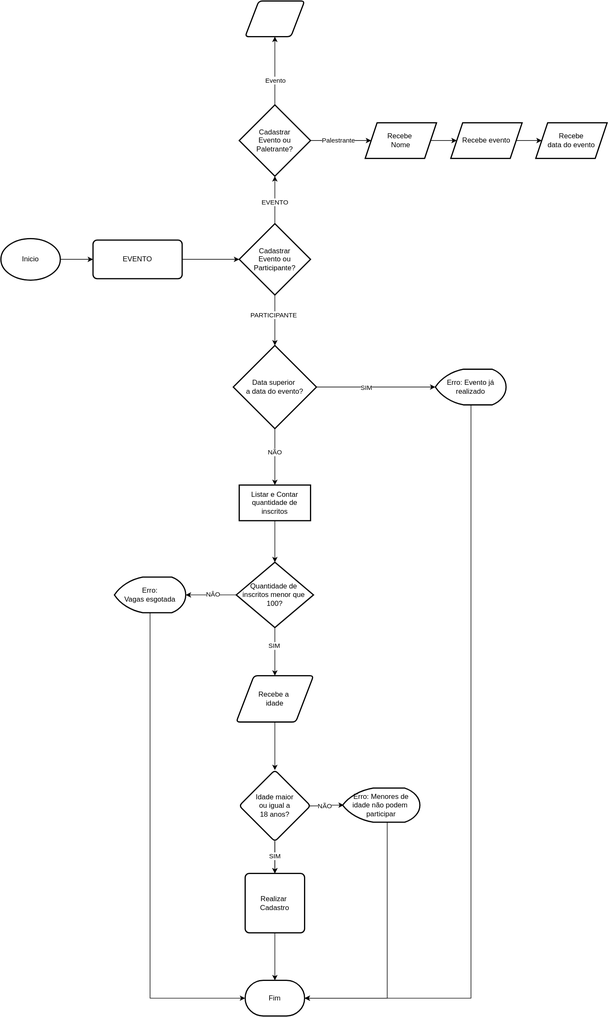
The draw.io diagram ATIVIDADE-ENCONTRO/Cadastro de Eventos.drawio.svg in orionwork/RESOLUCAO-PROBLEMA, before a commit. Source tidied: cells renumbered, new cells last; positions are measured from the earlier drawing's top-left corner, leaving out a move shared by most shapes.
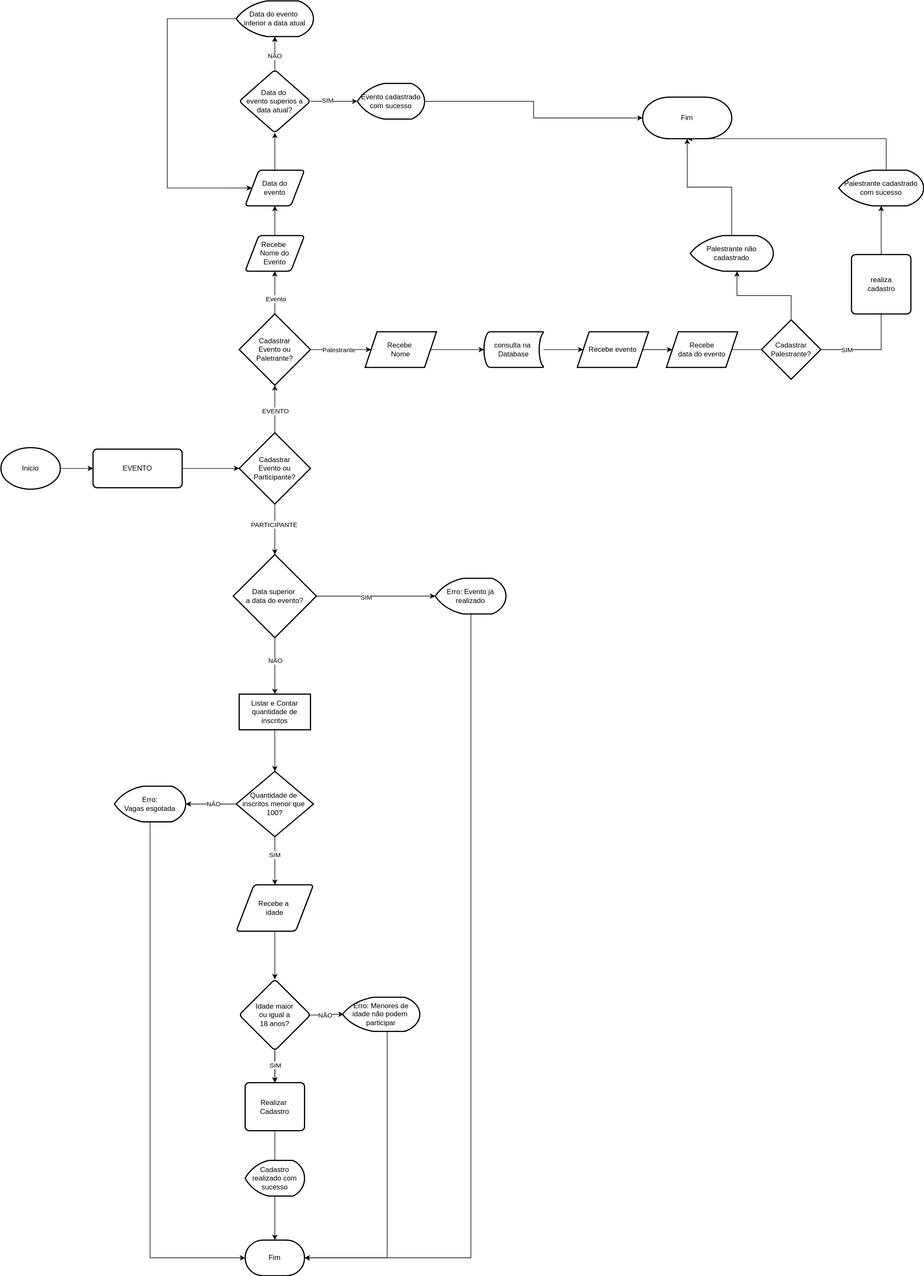
After the commit.

Change to the diagram source:
```diff
@@ -39,7 +39,7 @@
       <mxGeometry relative="1" as="geometry">
         <mxPoint x="791" y="680" as="sourcePoint" />
         <Array as="points">
-          <mxPoint x="791" y="1679" />
+          <mxPoint x="791" y="1764" />
         </Array>
       </mxGeometry>
     </mxCell>
@@ -67,7 +67,7 @@
     <mxCell id="19" style="edgeStyle=orthogonalEdgeStyle;rounded=0;jettySize=auto;html=1;entryX=1;entryY=0.5;entryDx=0;entryDy=0;entryPerimeter=0;" parent="1" edge="1" source="43" target="28">
       <mxGeometry relative="1" as="geometry">
         <Array as="points">
-          <mxPoint x="650" y="1679" />
+          <mxPoint x="650" y="1764" />
         </Array>
       </mxGeometry>
     </mxCell>
@@ -99,18 +99,18 @@
         <mxPoint x="261" y="1030" as="sourcePoint" />
         <Array as="points">
           <mxPoint x="251" y="1030" />
-          <mxPoint x="251" y="1679" />
+          <mxPoint x="251" y="1764" />
         </Array>
       </mxGeometry>
     </mxCell>
     <mxCell id="28" value="Fim" style="strokeWidth=2;html=1;shape=mxgraph.flowchart.terminator;whiteSpace=wrap;" parent="1" vertex="1">
-      <mxGeometry x="411" y="1649" width="100" height="60" as="geometry" />
+      <mxGeometry x="411" y="1734" width="100" height="60" as="geometry" />
     </mxCell>
     <mxCell id="29" style="edgeStyle=orthogonalEdgeStyle;rounded=0;jettySize=auto;html=1;" parent="1" edge="1" source="30" target="28">
       <mxGeometry relative="1" as="geometry" />
     </mxCell>
     <mxCell id="30" value="Realizar&amp;nbsp;&lt;br&gt;Cadastro" style="rounded=1;whiteSpace=wrap;html=1;absoluteArcSize=1;arcSize=14;strokeWidth=2;" parent="1" vertex="1">
-      <mxGeometry x="411" y="1469" width="100" height="100" as="geometry" />
+      <mxGeometry x="411" y="1469" width="100" height="81" as="geometry" />
     </mxCell>
     <mxCell id="31" value="&lt;span&gt;Erro: Evento já realizado&lt;/span&gt;" style="strokeWidth=2;html=1;shape=mxgraph.flowchart.display;whiteSpace=wrap;" parent="1" vertex="1">
       <mxGeometry x="731" y="620" width="119" height="60" as="geometry" />
@@ -157,9 +157,16 @@
     <mxCell id="45" value="SIM" style="edgeLabel;html=1;align=center;verticalAlign=middle;" parent="44" vertex="1">
       <mxGeometry x="-0.08" relative="1" as="geometry" />
     </mxCell>
-    <mxCell id="46" style="edgeStyle=orthogonalEdgeStyle;rounded=0;jettySize=auto;html=1;" parent="1" edge="1" source="47" target="49">
-      <mxGeometry relative="1" as="geometry" />
-    </mxCell>
+    <mxCell id="52" style="edgeStyle=orthogonalEdgeStyle;rounded=0;jettySize=auto;html=1;startArrow=none;" parent="1" edge="1" source="67" target="49">
+      <mxGeometry relative="1" as="geometry">
+        <Array as="points">
+          <mxPoint x="980" y="235" />
+        </Array>
+      </mxGeometry>
+    </mxCell>
+    <mxCell id="53" style="edgeStyle=orthogonalEdgeStyle;rounded=0;jettySize=auto;html=1;" parent="1" edge="1" source="47" target="67">
+      <mxGeometry relative="1" as="geometry" />
+    </mxCell>
     <mxCell id="47" value="Recebe&amp;nbsp;&lt;br&gt;Nome" style="shape=parallelogram;perimeter=parallelogramPerimeter;whiteSpace=wrap;html=1;fixedSize=1;strokeWidth=2;" parent="1" vertex="1">
       <mxGeometry x="613" y="205" width="120" height="60" as="geometry" />
     </mxCell>
@@ -167,13 +174,100 @@
       <mxGeometry relative="1" as="geometry" />
     </mxCell>
     <mxCell id="49" value="Recebe evento" style="shape=parallelogram;perimeter=parallelogramPerimeter;whiteSpace=wrap;html=1;fixedSize=1;strokeWidth=2;" parent="1" vertex="1">
-      <mxGeometry x="757" y="205" width="120" height="60" as="geometry" />
+      <mxGeometry x="970" y="205" width="120" height="60" as="geometry" />
     </mxCell>
+    <mxCell id="54" style="edgeStyle=orthogonalEdgeStyle;rounded=0;jettySize=auto;html=1;startArrow=none;" parent="1" edge="1" source="77" target="69">
+      <mxGeometry relative="1" as="geometry" />
+    </mxCell>
     <mxCell id="50" value="Recebe&lt;br&gt;data do evento" style="shape=parallelogram;perimeter=parallelogramPerimeter;whiteSpace=wrap;html=1;fixedSize=1;strokeWidth=2;" parent="1" vertex="1">
-      <mxGeometry x="900" y="205" width="120" height="60" as="geometry" />
+      <mxGeometry x="1120" y="205" width="120" height="60" as="geometry" />
     </mxCell>
+    <mxCell id="55" style="edgeStyle=orthogonalEdgeStyle;rounded=0;jettySize=auto;html=1;" parent="1" edge="1" source="51" target="57">
+      <mxGeometry relative="1" as="geometry" />
+    </mxCell>
-    <mxCell id="51" style="shape=parallelogram;html=1;strokeWidth=2;perimeter=parallelogramPerimeter;whiteSpace=wrap;rounded=1;arcSize=12;size=0.23;" parent="1" vertex="1">
-      <mxGeometry x="411" width="100" height="60" as="geometry" />
+    <mxCell id="51" value="Recebe&amp;nbsp;&lt;br&gt;Nome do &lt;br&gt;Evento" style="shape=parallelogram;html=1;strokeWidth=2;perimeter=parallelogramPerimeter;whiteSpace=wrap;rounded=1;arcSize=12;size=0.23;" parent="1" vertex="1">
+      <mxGeometry x="411" y="43" width="100" height="60" as="geometry" />
     </mxCell>
+    <mxCell id="56" style="edgeStyle=orthogonalEdgeStyle;rounded=0;jettySize=auto;html=1;" parent="1" edge="1" source="57" target="62">
+      <mxGeometry relative="1" as="geometry" />
+    </mxCell>
+    <mxCell id="57" value="Data do &lt;br&gt;evento" style="shape=parallelogram;html=1;strokeWidth=2;perimeter=parallelogramPerimeter;whiteSpace=wrap;rounded=1;arcSize=12;size=0.23;" parent="1" vertex="1">
+      <mxGeometry x="411" y="-67" width="100" height="60" as="geometry" />
+    </mxCell>
+    <mxCell id="58" style="edgeStyle=orthogonalEdgeStyle;rounded=0;jettySize=auto;html=1;" parent="1" edge="1" source="62" target="64">
+      <mxGeometry relative="1" as="geometry" />
+    </mxCell>
+    <mxCell id="59" value="SIM" style="edgeLabel;html=1;align=center;verticalAlign=middle;" parent="58" vertex="1">
+      <mxGeometry x="-0.28" y="2" relative="1" as="geometry" />
+    </mxCell>
+    <mxCell id="60" style="edgeStyle=orthogonalEdgeStyle;rounded=0;jettySize=auto;html=1;" parent="1" edge="1" source="62" target="66">
+      <mxGeometry relative="1" as="geometry" />
+    </mxCell>
+    <mxCell id="61" value="NÃO" style="edgeLabel;html=1;align=center;verticalAlign=middle;" parent="60" vertex="1">
+      <mxGeometry x="-0.15" y="1" relative="1" as="geometry" />
+    </mxCell>
+    <mxCell id="62" value="Data do&amp;nbsp;&lt;br&gt;evento superios a data atual?" style="rhombus;whiteSpace=wrap;html=1;rounded=1;strokeWidth=2;arcSize=12;" parent="1" vertex="1">
+      <mxGeometry x="401" y="-236" width="120" height="106" as="geometry" />
+    </mxCell>
+    <mxCell id="63" style="edgeStyle=orthogonalEdgeStyle;rounded=0;jettySize=auto;html=1;" parent="1" edge="1" source="64" target="70">
+      <mxGeometry relative="1" as="geometry" />
+    </mxCell>
+    <mxCell id="64" value="Evento cadastrado com sucesso" style="strokeWidth=2;html=1;shape=mxgraph.flowchart.display;whiteSpace=wrap;" parent="1" vertex="1">
+      <mxGeometry x="600" y="-213" width="113" height="60" as="geometry" />
+    </mxCell>
+    <mxCell id="65" style="edgeStyle=orthogonalEdgeStyle;rounded=0;jettySize=auto;html=1;entryX=0;entryY=0.5;entryDx=0;entryDy=0;" parent="1" edge="1" source="66" target="57">
+      <mxGeometry relative="1" as="geometry">
+        <Array as="points">
+          <mxPoint x="280" y="-322" />
+          <mxPoint x="280" y="-37" />
+        </Array>
+      </mxGeometry>
+    </mxCell>
+    <mxCell id="66" value="Data do evento&amp;nbsp;&lt;br&gt;inferior a data atual" style="strokeWidth=2;html=1;shape=mxgraph.flowchart.display;whiteSpace=wrap;" parent="1" vertex="1">
+      <mxGeometry x="396" y="-352" width="130" height="60" as="geometry" />
+    </mxCell>
+    <mxCell id="67" value="consulta na&amp;nbsp;&lt;br&gt;Database" style="strokeWidth=2;html=1;shape=mxgraph.flowchart.stored_data;whiteSpace=wrap;" parent="1" vertex="1">
+      <mxGeometry x="813" y="205" width="100" height="60" as="geometry" />
+    </mxCell>
+    <mxCell id="68" style="edgeStyle=orthogonalEdgeStyle;rounded=0;jettySize=auto;html=1;entryX=0.5;entryY=1;entryDx=0;entryDy=0;entryPerimeter=0;" parent="1" edge="1" source="69" target="70">
+      <mxGeometry relative="1" as="geometry">
+        <Array as="points">
+          <mxPoint x="1490" y="-120" />
+        </Array>
+      </mxGeometry>
+    </mxCell>
+    <mxCell id="69" value="Palestrante cadastrado com sucesso" style="strokeWidth=2;html=1;shape=mxgraph.flowchart.display;whiteSpace=wrap;" parent="1" vertex="1">
+      <mxGeometry x="1410" y="-67" width="143" height="60" as="geometry" />
+    </mxCell>
+    <mxCell id="70" value="Fim" style="strokeWidth=2;html=1;shape=mxgraph.flowchart.terminator;whiteSpace=wrap;" parent="1" vertex="1">
+      <mxGeometry x="1080" y="-190" width="150" height="70" as="geometry" />
+    </mxCell>
+    <mxCell id="71" style="edgeStyle=orthogonalEdgeStyle;rounded=0;jettySize=auto;html=1;entryX=0.563;entryY=1.003;entryDx=0;entryDy=0;entryPerimeter=0;" parent="1" edge="1" source="72" target="75">
+      <mxGeometry relative="1" as="geometry" />
+    </mxCell>
+    <mxCell id="72" value="Cadastrar Palestrante?" style="strokeWidth=2;html=1;shape=mxgraph.flowchart.decision;whiteSpace=wrap;" parent="1" vertex="1">
+      <mxGeometry x="1280" y="185" width="100" height="100" as="geometry" />
+    </mxCell>
+    <mxCell id="73" style="edgeStyle=orthogonalEdgeStyle;rounded=0;jettySize=auto;html=1;endArrow=none;" parent="1" edge="1" source="50" target="72">
+      <mxGeometry relative="1" as="geometry" />
+    </mxCell>
+    <mxCell id="74" style="edgeStyle=orthogonalEdgeStyle;rounded=0;jettySize=auto;html=1;entryX=0.5;entryY=1;entryDx=0;entryDy=0;entryPerimeter=0;" parent="1" edge="1" source="75" target="70">
+      <mxGeometry relative="1" as="geometry" />
+    </mxCell>
+    <mxCell id="75" value="Palestrante não cadastrado" style="strokeWidth=2;html=1;shape=mxgraph.flowchart.display;whiteSpace=wrap;" parent="1" vertex="1">
+      <mxGeometry x="1160" y="43" width="140" height="60" as="geometry" />
+    </mxCell>
+    <mxCell id="76" value="Cadastro realizado com sucesso" style="strokeWidth=2;html=1;shape=mxgraph.flowchart.display;whiteSpace=wrap;" parent="1" vertex="1">
+      <mxGeometry x="411" y="1600" width="100" height="60" as="geometry" />
+    </mxCell>
+    <mxCell id="77" value="realiza&lt;br&gt;cadastro" style="rounded=1;whiteSpace=wrap;html=1;absoluteArcSize=1;arcSize=14;strokeWidth=2;" parent="1" vertex="1">
+      <mxGeometry x="1431.5" y="75" width="100" height="100" as="geometry" />
+    </mxCell>
+    <mxCell id="78" style="edgeStyle=orthogonalEdgeStyle;rounded=0;jettySize=auto;html=1;startArrow=none;endArrow=none;" parent="1" edge="1" source="72" target="77">
+      <mxGeometry relative="1" as="geometry" />
+    </mxCell>
+    <mxCell id="79" value="SIM" style="edgeLabel;html=1;align=center;verticalAlign=middle;" parent="78" vertex="1">
+      <mxGeometry x="-0.46" relative="1" as="geometry" />
+    </mxCell>
   </root>
 </mxGraphModel>
```
